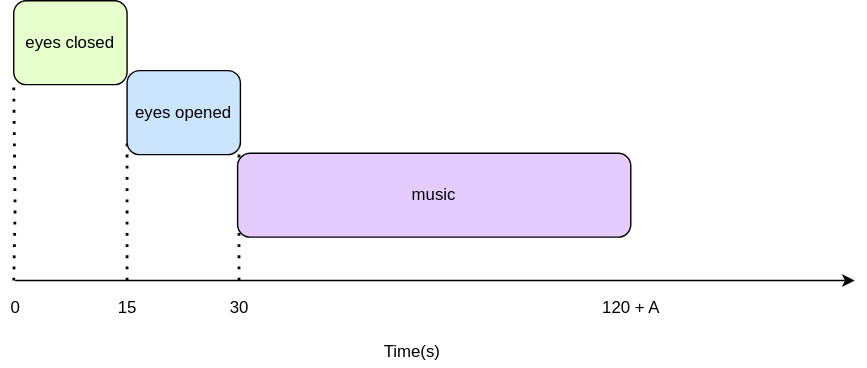
Above: Untitled Diagram.svg in aichifandefan/practice (draw.io), before the change. Source tidied: cells renumbered, new cells last; positions are measured from the earlier drawing's top-left corner, leaving out a move shared by most shapes.
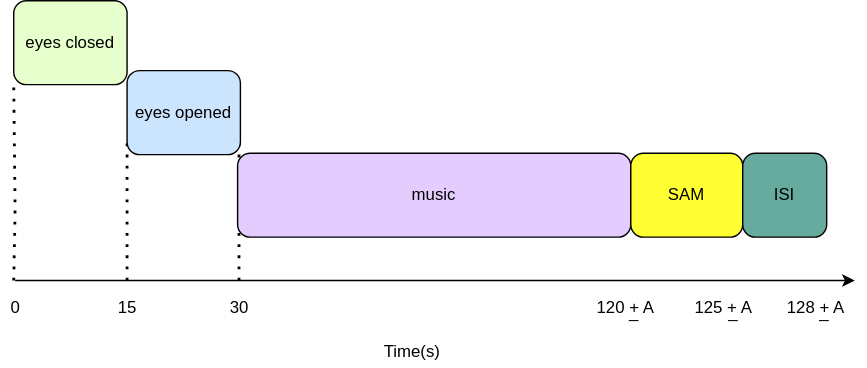
Above is the later version.

The edit, as a diff of the source:
```diff
@@ -50,7 +50,28 @@
       <mxGeometry x="155" y="210" width="30" height="20" as="geometry" />
     </mxCell>
     <mxCell id="13" value="120 + A" style="text;html=1;align=center;verticalAlign=middle;strokeColor=none;" parent="1" vertex="1">
-      <mxGeometry x="420" y="210" width="60" height="20" as="geometry" />
+      <mxGeometry x="416" y="210" width="60" height="20" as="geometry" />
     </mxCell>
+    <mxCell id="14" value="SAM" style="rounded=1;whiteSpace=wrap;html=1;fillColor=#FFFF33;" parent="1" vertex="1">
+      <mxGeometry x="450" y="109" width="80" height="60" as="geometry" />
+    </mxCell>
+    <mxCell id="15" value="_" style="text;html=1;align=center;verticalAlign=middle;strokeColor=none;strokeWidth=2;" parent="1" vertex="1">
+      <mxGeometry x="442" y="213" width="20" height="20" as="geometry" />
+    </mxCell>
+    <mxCell id="16" value="125 + A" style="text;html=1;align=center;verticalAlign=middle;strokeColor=none;" parent="1" vertex="1">
+      <mxGeometry x="486" y="210" width="60" height="20" as="geometry" />
+    </mxCell>
+    <mxCell id="17" value="_" style="text;html=1;align=center;verticalAlign=middle;strokeColor=none;strokeWidth=2;" parent="1" vertex="1">
+      <mxGeometry x="513" y="213" width="20" height="20" as="geometry" />
+    </mxCell>
+    <mxCell id="18" value="ISI" style="rounded=1;whiteSpace=wrap;html=1;fillColor=#67AB9F;" parent="1" vertex="1">
+      <mxGeometry x="530" y="109" width="60" height="60" as="geometry" />
+    </mxCell>
+    <mxCell id="19" value="128 + A" style="text;html=1;align=center;verticalAlign=middle;strokeColor=none;" parent="1" vertex="1">
+      <mxGeometry x="552" y="210" width="60" height="20" as="geometry" />
+    </mxCell>
+    <mxCell id="20" value="_" style="text;html=1;align=center;verticalAlign=middle;strokeColor=none;strokeWidth=2;" parent="1" vertex="1">
+      <mxGeometry x="578" y="213" width="20" height="20" as="geometry" />
+    </mxCell>
   </root>
 </mxGraphModel>
```
